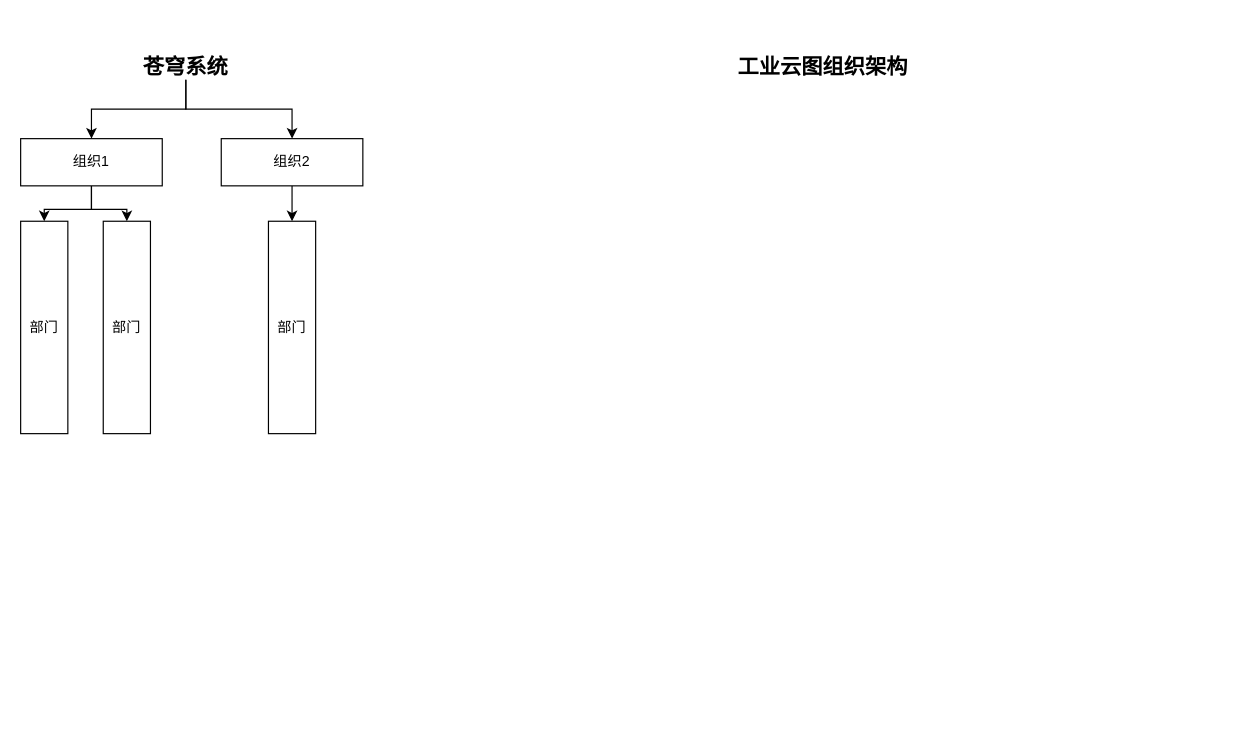
Before: 工业云图组织.drawio in jethrozz/draw, a draw.io diagram. Source tidied: cells renumbered, new cells numbered last; positions are measured from the earlier drawing's top-left corner, leaving out a move shared by most shapes. Both pictures are drawn from the tidied source at 118%, with x=0, y=0 at pixel (20, 50).
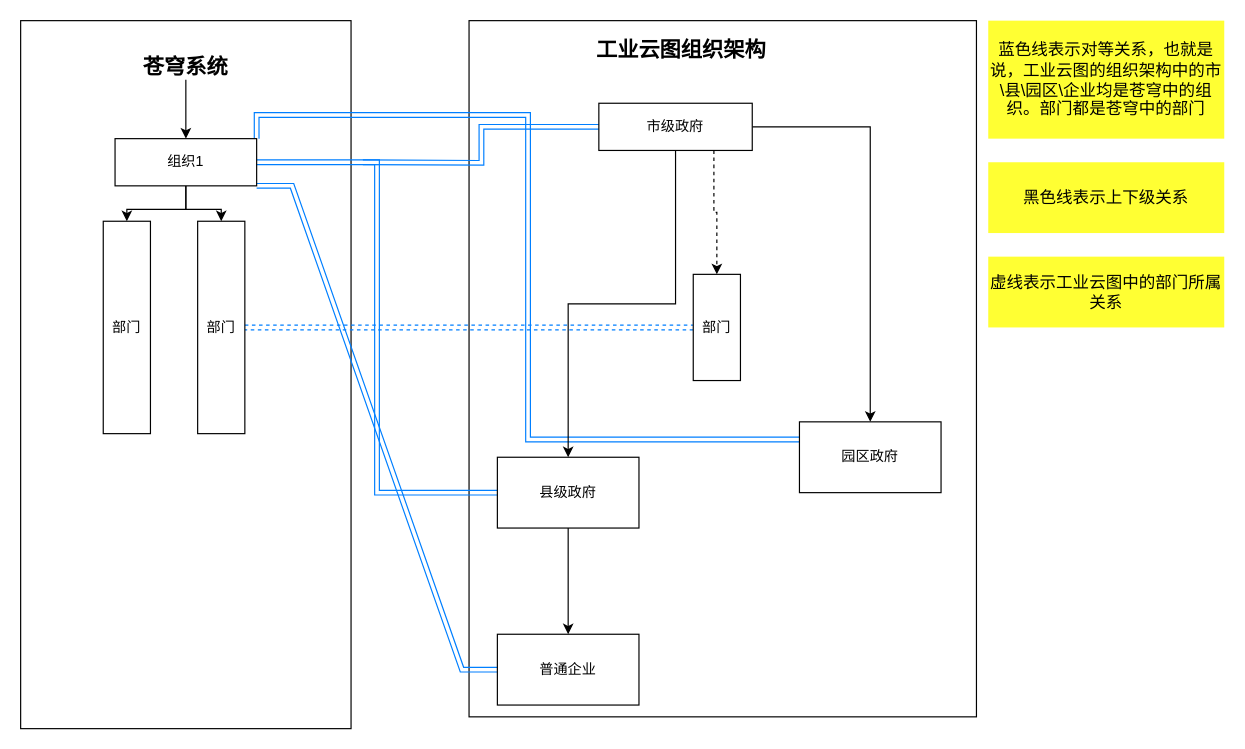
The same diagram, later.

Commit message (it also covers changes not shown here):
Update 工业云图组织.drawio

Unchanged cells that the change refers to:
```xml
<mxCell id="4" value="&lt;font style=&quot;font-size: 18px&quot;&gt;&lt;b&gt;苍穹系统&lt;/b&gt;&lt;/font&gt;" style="text;html=1;strokeColor=none;fillColor=none;align=center;verticalAlign=middle;whiteSpace=wrap;rounded=0;" parent="1" vertex="1">
  <mxGeometry x="80" y="5" width="120" height="20" as="geometry" />
</mxCell>
```

Change to the diagram source:
```diff
@@
+    <mxCell id="14" style="rounded=0;whiteSpace=wrap;html=1;fillColor=#FFFFFF;" parent="1" vertex="1">
+      <mxGeometry x="380" y="-25" width="430" height="590" as="geometry" />
+    </mxCell>
+    <mxCell id="15" style="rounded=0;whiteSpace=wrap;html=1;fillColor=#FFFFFF;" parent="1" vertex="1">
+      <mxGeometry y="-25" width="280" height="600" as="geometry" />
+    </mxCell>
+    <mxCell id="16" style="edgeStyle=orthogonalEdgeStyle;rounded=0;jettySize=auto;html=1;entryX=0;entryY=0.5;entryDx=0;entryDy=0;shape=link;strokeColor=#007FFF;" parent="1" edge="1" target="24">
+      <mxGeometry relative="1" as="geometry">
+        <mxPoint x="290" y="95" as="sourcePoint" />
+      </mxGeometry>
+    </mxCell>
+    <mxCell id="17" style="edgeStyle=orthogonalEdgeStyle;shape=link;rounded=0;jettySize=auto;html=1;entryX=0;entryY=0.5;entryDx=0;entryDy=0;strokeColor=#007FFF;exitX=1;exitY=0.5;exitDx=0;exitDy=0;" parent="1" edge="1" source="7" target="26">
+      <mxGeometry relative="1" as="geometry" />
+    </mxCell>
+    <mxCell id="18" style="edgeStyle=entityRelationEdgeStyle;shape=link;rounded=0;jettySize=auto;html=1;exitX=1;exitY=1;exitDx=0;exitDy=0;entryX=0;entryY=0.5;entryDx=0;entryDy=0;strokeColor=#007FFF;" parent="1" edge="1" source="7" target="27">
+      <mxGeometry relative="1" as="geometry" />
+    </mxCell>
@@
-    <mxCell id="3" style="edgeStyle=orthogonalEdgeStyle;rounded=0;jettySize=auto;html=1;entryX=0.5;entryY=0;entryDx=0;entryDy=0;" parent="1" edge="1" source="4" target="9">
-      <mxGeometry relative="1" as="geometry" />
-    </mxCell>
@@
+    <mxCell id="19" style="edgeStyle=orthogonalEdgeStyle;shape=link;rounded=0;jettySize=auto;html=1;exitX=1;exitY=0;exitDx=0;exitDy=0;entryX=0;entryY=0.25;entryDx=0;entryDy=0;strokeColor=#007FFF;" parent="1" edge="1" source="7" target="28">
+      <mxGeometry relative="1" as="geometry" />
+    </mxCell>
     <mxCell id="7" value="组织1" style="rounded=0;whiteSpace=wrap;html=1;" parent="1" vertex="1">
-      <mxGeometry y="75" width="120" height="40" as="geometry" />
+      <mxGeometry x="80" y="75" width="120" height="40" as="geometry" />
     </mxCell>
-    <mxCell id="8" style="edgeStyle=orthogonalEdgeStyle;rounded=0;jettySize=auto;html=1;entryX=0.5;entryY=0;entryDx=0;entryDy=0;" parent="1" edge="1" source="9" target="12">
-      <mxGeometry relative="1" as="geometry" />
-    </mxCell>
-    <mxCell id="9" value="组织2" style="rounded=0;whiteSpace=wrap;html=1;" parent="1" vertex="1">
-      <mxGeometry x="170" y="75" width="120" height="40" as="geometry" />
-    </mxCell>
     <mxCell id="10" value="部门" style="rounded=0;whiteSpace=wrap;html=1;" parent="1" vertex="1">
-      <mxGeometry y="145" width="40" height="180" as="geometry" />
+      <mxGeometry x="70" y="145" width="40" height="180" as="geometry" />
     </mxCell>
+    <mxCell id="20" style="edgeStyle=orthogonalEdgeStyle;shape=link;rounded=0;jettySize=auto;html=1;entryX=0;entryY=0.5;entryDx=0;entryDy=0;dashed=1;strokeColor=#007FFF;" parent="1" edge="1" source="11" target="12">
+      <mxGeometry relative="1" as="geometry" />
+    </mxCell>
     <mxCell id="11" value="部门" style="rounded=0;whiteSpace=wrap;html=1;" parent="1" vertex="1">
-      <mxGeometry x="70" y="145" width="40" height="180" as="geometry" />
+      <mxGeometry x="150" y="145" width="40" height="180" as="geometry" />
     </mxCell>
+    <mxCell id="13" value="&lt;font style=&quot;font-size: 18px&quot;&gt;&lt;b&gt;工业云图组织架构&lt;/b&gt;&lt;/font&gt;" style="text;html=1;strokeColor=none;fillColor=none;align=center;verticalAlign=middle;whiteSpace=wrap;rounded=0;" parent="1" vertex="1">
+      <mxGeometry x="470" y="-15" width="180" height="30" as="geometry" />
+    </mxCell>
+    <mxCell id="21" style="edgeStyle=orthogonalEdgeStyle;rounded=0;jettySize=auto;html=1;exitX=0.5;exitY=1;exitDx=0;exitDy=0;entryX=0.5;entryY=0;entryDx=0;entryDy=0;strokeColor=#000000;" parent="1" edge="1" source="24" target="26">
+      <mxGeometry relative="1" as="geometry" />
+    </mxCell>
+    <mxCell id="22" style="edgeStyle=orthogonalEdgeStyle;rounded=0;jettySize=auto;html=1;strokeColor=#000000;" parent="1" edge="1" source="24" target="28">
+      <mxGeometry relative="1" as="geometry" />
+    </mxCell>
+    <mxCell id="23" style="edgeStyle=orthogonalEdgeStyle;rounded=0;jettySize=auto;html=1;exitX=0.75;exitY=1;exitDx=0;exitDy=0;entryX=0.5;entryY=0;entryDx=0;entryDy=0;strokeColor=#000000;dashed=1;" parent="1" edge="1" source="24" target="12">
+      <mxGeometry relative="1" as="geometry" />
+    </mxCell>
+    <mxCell id="24" value="市级政府" style="rounded=0;whiteSpace=wrap;html=1;" parent="1" vertex="1">
+      <mxGeometry x="490" y="45" width="130" height="40" as="geometry" />
+    </mxCell>
+    <mxCell id="25" style="edgeStyle=orthogonalEdgeStyle;rounded=0;jettySize=auto;html=1;entryX=0.5;entryY=0;entryDx=0;entryDy=0;strokeColor=#000000;" parent="1" edge="1" source="26" target="27">
+      <mxGeometry relative="1" as="geometry" />
+    </mxCell>
+    <mxCell id="26" value="县级政府" style="rounded=0;whiteSpace=wrap;html=1;" parent="1" vertex="1">
+      <mxGeometry x="404" y="345" width="120" height="60" as="geometry" />
+    </mxCell>
+    <mxCell id="27" value="普通企业" style="rounded=0;whiteSpace=wrap;html=1;" parent="1" vertex="1">
+      <mxGeometry x="404" y="495" width="120" height="60" as="geometry" />
+    </mxCell>
+    <mxCell id="28" value="园区政府" style="rounded=0;whiteSpace=wrap;html=1;" parent="1" vertex="1">
+      <mxGeometry x="660" y="315" width="120" height="60" as="geometry" />
+    </mxCell>
     <mxCell id="12" value="部门" style="rounded=0;whiteSpace=wrap;html=1;" parent="1" vertex="1">
-      <mxGeometry x="210" y="145" width="40" height="180" as="geometry" />
+      <mxGeometry x="570" y="190" width="40" height="90" as="geometry" />
     </mxCell>
-    <mxCell id="13" value="&lt;font style=&quot;font-size: 18px&quot;&gt;&lt;b&gt;工业云图组织架构&lt;/b&gt;&lt;/font&gt;" style="text;html=1;strokeColor=none;fillColor=none;align=center;verticalAlign=middle;whiteSpace=wrap;rounded=0;" parent="1" vertex="1">
-      <mxGeometry x="590" width="180" height="30" as="geometry" />
-    </mxCell>
+    <mxCell id="29" value="&lt;font style=&quot;font-size: 14px&quot;&gt;蓝色线表示对等关系，也就是说，工业云图的组织架构中的市\县\园区\企业均是苍穹中的组织。部门都是苍穹中的部门&lt;/font&gt;" style="text;html=1;strokeColor=none;fillColor=#FFFF33;align=center;verticalAlign=middle;whiteSpace=wrap;rounded=0;" parent="1" vertex="1">
+      <mxGeometry x="820" y="-25" width="200" height="100" as="geometry" />
+    </mxCell>
+    <mxCell id="30" value="&lt;font style=&quot;font-size: 14px&quot;&gt;黑色线表示上下级关系&lt;/font&gt;" style="text;html=1;strokeColor=none;fillColor=#FFFF33;align=center;verticalAlign=middle;whiteSpace=wrap;rounded=0;" parent="1" vertex="1">
+      <mxGeometry x="820" y="95" width="200" height="60" as="geometry" />
+    </mxCell>
+    <mxCell id="31" value="&lt;font style=&quot;font-size: 14px&quot;&gt;虚线表示工业云图中的部门所属关系&lt;/font&gt;" style="text;html=1;strokeColor=none;fillColor=#FFFF33;align=center;verticalAlign=middle;whiteSpace=wrap;rounded=0;" parent="1" vertex="1">
+      <mxGeometry x="820" y="175" width="200" height="60" as="geometry" />
+    </mxCell>
```
